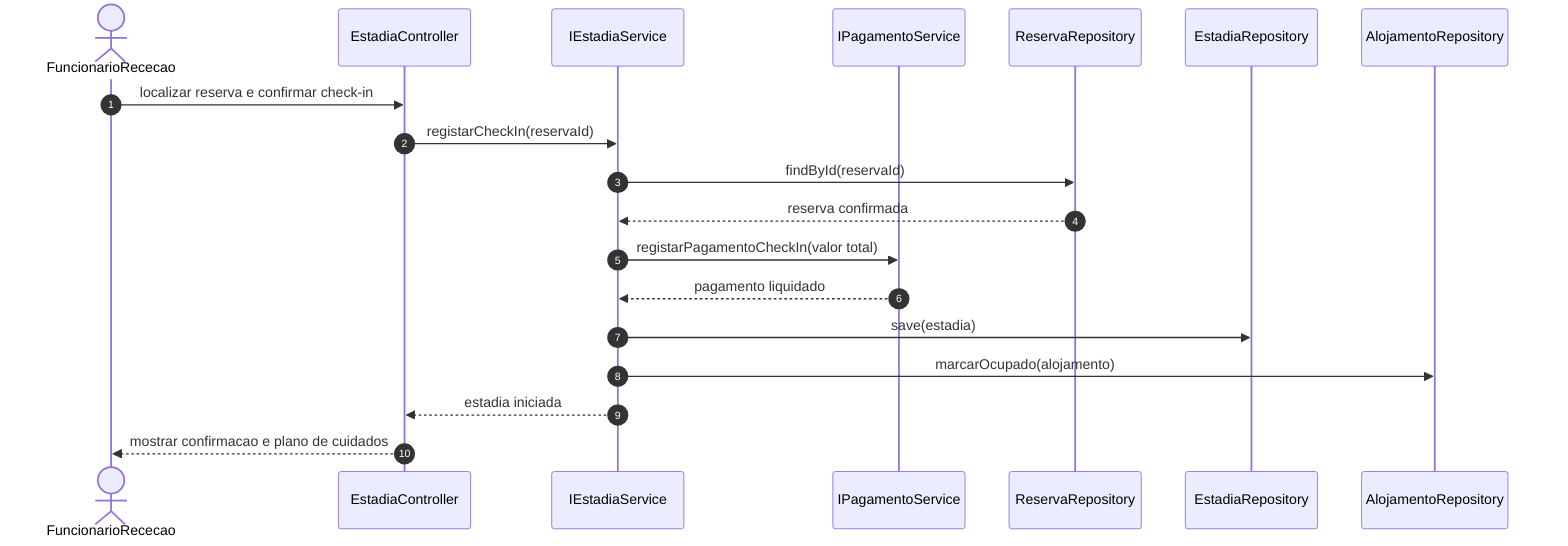
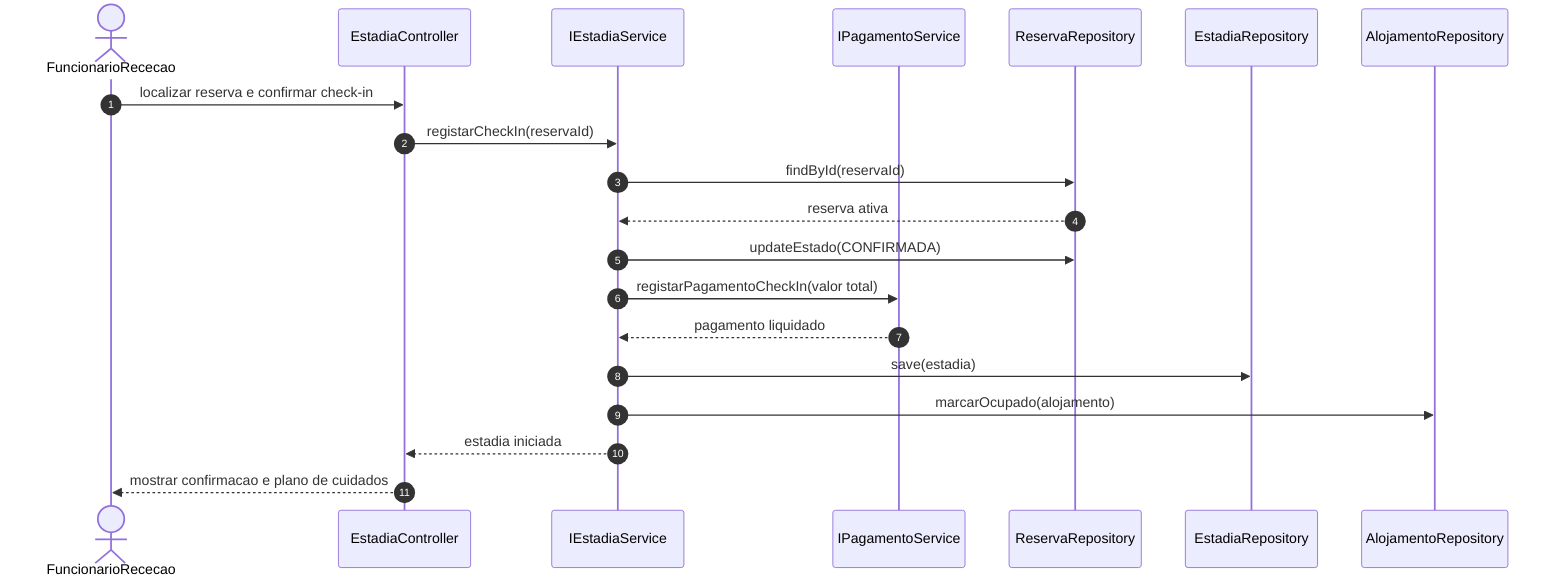
sequenceDiagram
    autonumber
    actor FuncionarioRececao
    participant EstadiaController
    participant IEstadiaService
    participant IPagamentoService
    participant ReservaRepository
    participant EstadiaRepository
    participant AlojamentoRepository

    FuncionarioRececao->>EstadiaController: localizar reserva e confirmar check-in
    EstadiaController->>IEstadiaService: registarCheckIn(reservaId)
    IEstadiaService->>ReservaRepository: findById(reservaId)
-     ReservaRepository-->>IEstadiaService: reserva confirmada
+     ReservaRepository-->>IEstadiaService: reserva ativa
+     IEstadiaService->>ReservaRepository: updateEstado(CONFIRMADA)
    IEstadiaService->>IPagamentoService: registarPagamentoCheckIn(valor total)
    IPagamentoService-->>IEstadiaService: pagamento liquidado
    IEstadiaService->>EstadiaRepository: save(estadia)
    IEstadiaService->>AlojamentoRepository: marcarOcupado(alojamento)
    IEstadiaService-->>EstadiaController: estadia iniciada
    EstadiaController-->>FuncionarioRececao: mostrar confirmacao e plano de cuidados
